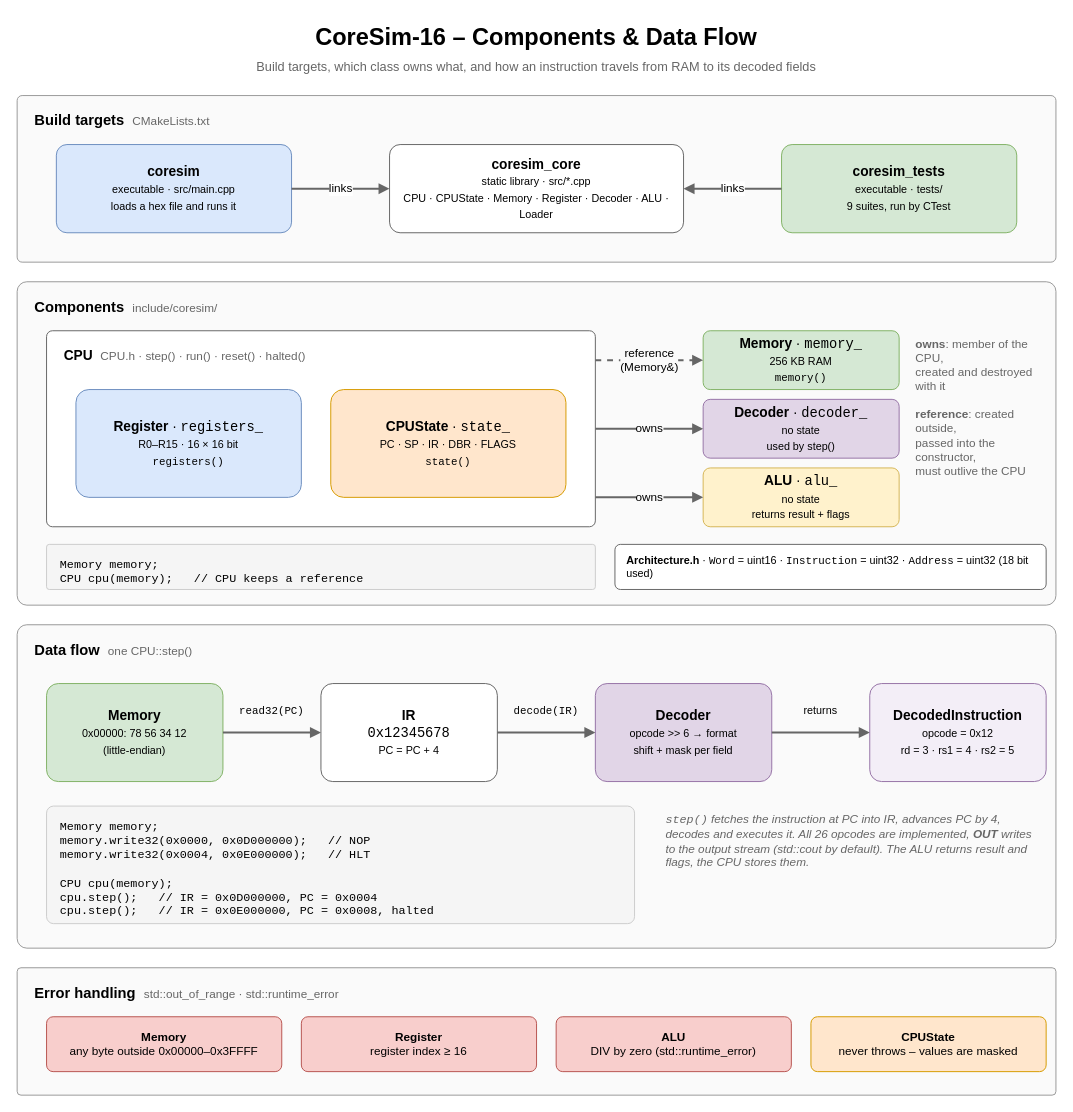
Earlier version of the draw.io diagram diagrams/data-flow.drawio (kpolet2010-hue/CoreSim). Source tidied: cells renumbered, new cells numbered last; positions are measured from the earlier drawing's top-left corner, leaving out a move shared by most shapes. Both pictures are drawn from the tidied source at 98%, with x=0, y=0 at pixel (17, 17).
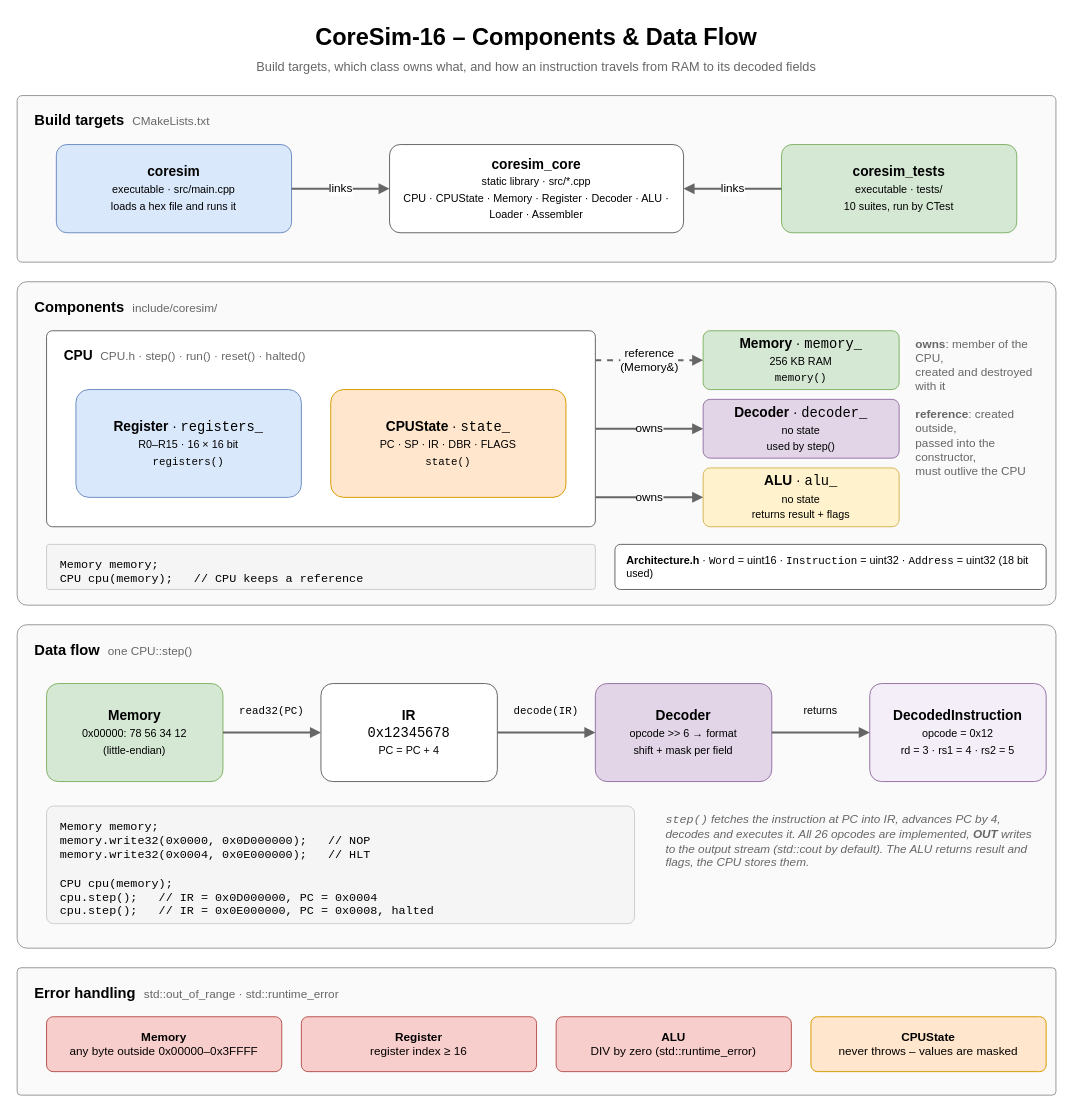
Above is the later version.

Commit message (it also covers changes not shown here):
docs: document parseLine and the assembler status

What changed in the source:
```diff
@@
-    <mxCell id="5" value="&lt;b&gt;coresim_core&lt;/b&gt;&lt;br&gt;&lt;font style=&quot;font-size:11px&quot;&gt;static library &amp;middot; src/*.cpp&lt;br&gt;CPU &amp;middot; CPUState &amp;middot; Memory &amp;middot; Register &amp;middot; Decoder &amp;middot; ALU &amp;middot; Loader&lt;/font&gt;" style="rounded=1;arcSize=12;whiteSpace=wrap;html=1;fontFamily=Helvetica;fillColor=#ffffff;strokeColor=#666666;fontSize=14;" parent="1" vertex="1">
+    <mxCell id="5" value="&lt;b&gt;coresim_core&lt;/b&gt;&lt;br&gt;&lt;font style=&quot;font-size:11px&quot;&gt;static library &amp;middot; src/*.cpp&lt;br&gt;CPU &amp;middot; CPUState &amp;middot; Memory &amp;middot; Register &amp;middot; Decoder &amp;middot; ALU &amp;middot; Loader &amp;middot; Assembler&lt;/font&gt;" style="rounded=1;arcSize=12;whiteSpace=wrap;html=1;fontFamily=Helvetica;fillColor=#ffffff;strokeColor=#666666;fontSize=14;" parent="1" vertex="1">
       <mxGeometry x="380" y="130" width="300" height="90" as="geometry" />
     </mxCell>
@@
-    <mxCell id="7" value="&lt;b&gt;coresim_tests&lt;/b&gt;&lt;br&gt;&lt;font style=&quot;font-size:11px&quot;&gt;executable &amp;middot; tests/&lt;br&gt;9 suites, run by CTest&lt;/font&gt;" style="rounded=1;arcSize=12;whiteSpace=wrap;html=1;fontFamily=Helvetica;fillColor=#d5e8d4;strokeColor=#82b366;fontSize=14;" parent="1" vertex="1">
+    <mxCell id="7" value="&lt;b&gt;coresim_tests&lt;/b&gt;&lt;br&gt;&lt;font style=&quot;font-size:11px&quot;&gt;executable &amp;middot; tests/&lt;br&gt;10 suites, run by CTest&lt;/font&gt;" style="rounded=1;arcSize=12;whiteSpace=wrap;html=1;fontFamily=Helvetica;fillColor=#d5e8d4;strokeColor=#82b366;fontSize=14;" parent="1" vertex="1">
       <mxGeometry x="780" y="130" width="240" height="90" as="geometry" />
     </mxCell>
```
